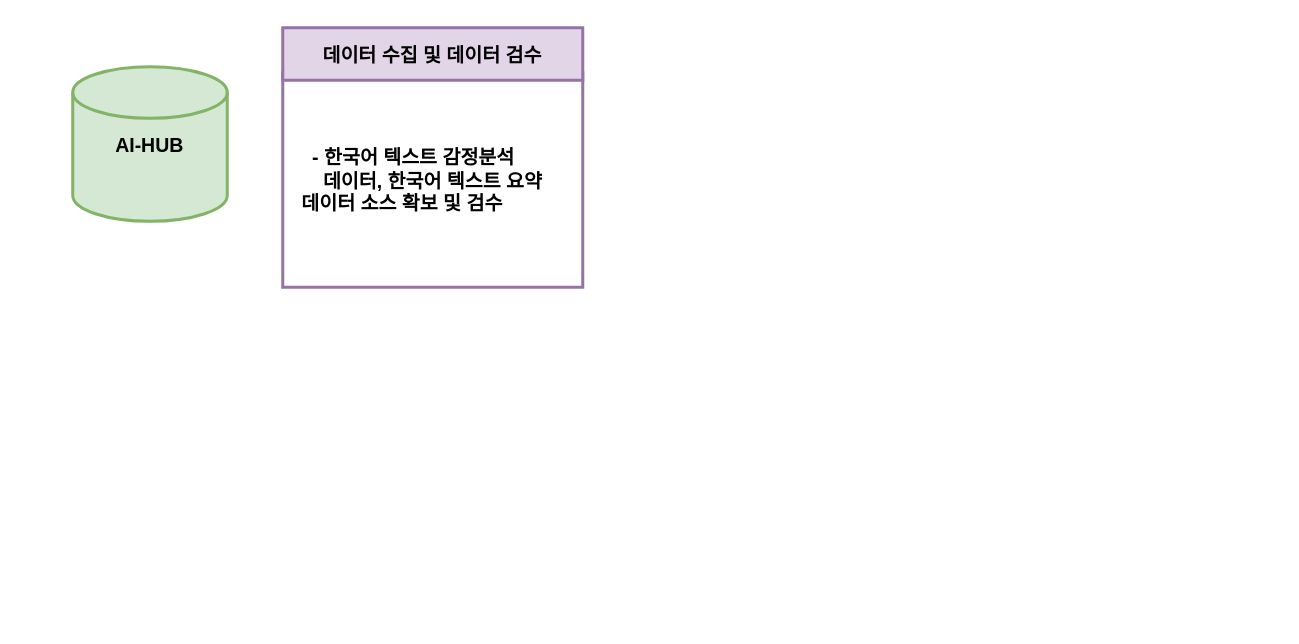
This is page "4 설계서" (2 of 2) of 제목 없는 다이어그램.drawio from hyun10144/Lecture4-1, a draw.io file, before an edit. Source tidied: cells renumbered, new cells numbered last; positions are measured from the earlier drawing's top-left corner, leaving out a move shared by most shapes. Both pictures are drawn from the tidied source at 150%, with x=0, y=0 at pixel (72, 27).
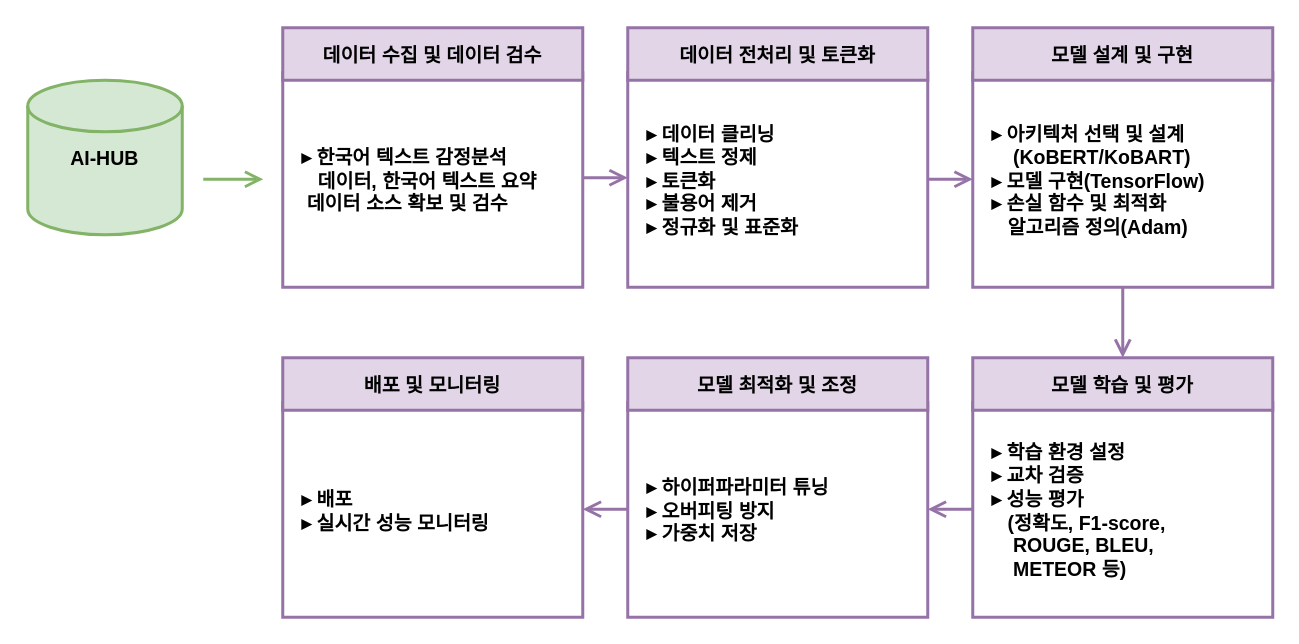
Above is the later version.

Commit message:
제목 없는 다이어그램.drawio 업데이트

Change to the diagram source:
```diff
@@
-    <mxCell id="2" value="&lt;span style=&quot;background-color: transparent; color: light-dark(rgb(0, 0, 0), rgb(255, 255, 255));&quot;&gt;&amp;nbsp; &amp;nbsp; &amp;nbsp;- 한국어 텍스트 감정분석&amp;nbsp;&lt;/span&gt;&lt;div&gt;&lt;span style=&quot;background-color: transparent; color: light-dark(rgb(0, 0, 0), rgb(255, 255, 255));&quot;&gt;&amp;nbsp; &amp;nbsp; &amp;nbsp; &amp;nbsp;데이터,&amp;nbsp;&lt;/span&gt;&lt;span style=&quot;background-color: transparent; color: light-dark(rgb(0, 0, 0), rgb(255, 255, 255));&quot;&gt;한국어 텍스트&amp;nbsp;&lt;/span&gt;&lt;span style=&quot;background-color: transparent; color: light-dark(rgb(0, 0, 0), rgb(255, 255, 255));&quot;&gt;요약&amp;nbsp; &amp;nbsp; &amp;nbsp; &amp;nbsp; &amp;nbsp; &amp;nbsp;데이터 소스 확보 및&amp;nbsp;&lt;/span&gt;&lt;span style=&quot;background-color: transparent; color: light-dark(rgb(0, 0, 0), rgb(255, 255, 255));&quot;&gt;검수&lt;/span&gt;&lt;/div&gt;" style="rounded=1;whiteSpace=wrap;html=1;absoluteArcSize=1;arcSize=0;strokeWidth=2;fontStyle=1;fontSize=13;align=left;labelPosition=center;verticalLabelPosition=middle;verticalAlign=middle;fillColor=#FFFFFF;strokeColor=#9673a6;" parent="1" vertex="1">
+    <mxCell id="2" value="&lt;span style=&quot;background-color: transparent; color: light-dark(rgb(0, 0, 0), rgb(255, 255, 255));&quot;&gt;&lt;font face=&quot;Helvetica&quot;&gt;&amp;nbsp; &amp;nbsp;&lt;/font&gt;&lt;/span&gt;▸&amp;nbsp;&lt;span style=&quot;background-color: transparent; color: light-dark(rgb(0, 0, 0), rgb(255, 255, 255));&quot;&gt;&lt;font face=&quot;Helvetica&quot;&gt;한국어 텍스트 감정분석&amp;nbsp;&lt;/font&gt;&lt;/span&gt;&lt;div&gt;&lt;font face=&quot;Helvetica&quot;&gt;&lt;span style=&quot;background-color: transparent; color: light-dark(rgb(0, 0, 0), rgb(255, 255, 255));&quot;&gt;&amp;nbsp; &amp;nbsp; &amp;nbsp; 데이터,&amp;nbsp;&lt;/span&gt;&lt;span style=&quot;background-color: transparent; color: light-dark(rgb(0, 0, 0), rgb(255, 255, 255));&quot;&gt;한국어 텍스트&amp;nbsp;&lt;/span&gt;&lt;span style=&quot;background-color: transparent; color: light-dark(rgb(0, 0, 0), rgb(255, 255, 255));&quot;&gt;요약&amp;nbsp; &amp;nbsp; &amp;nbsp; &amp;nbsp; &amp;nbsp; &amp;nbsp; 데이터 소스 확보 및&amp;nbsp;&lt;/span&gt;&lt;span style=&quot;background-color: transparent; color: light-dark(rgb(0, 0, 0), rgb(255, 255, 255));&quot;&gt;검수&lt;/span&gt;&lt;/font&gt;&lt;/div&gt;" style="rounded=1;whiteSpace=wrap;html=1;absoluteArcSize=1;arcSize=0;strokeWidth=2;fontStyle=1;fontSize=13;align=left;labelPosition=center;verticalLabelPosition=middle;verticalAlign=middle;fillColor=#FFFFFF;strokeColor=#9673a6;" parent="1" vertex="1">
       <mxGeometry x="140" y="30" width="200" height="143" as="geometry" />
     </mxCell>
     <mxCell id="3" value="&lt;b&gt;&lt;font style=&quot;font-size: 13px;&quot;&gt;AI-HUB&lt;/font&gt;&lt;/b&gt;" style="strokeWidth=2;html=1;shape=mxgraph.flowchart.database;whiteSpace=wrap;align=center;fillColor=#d5e8d4;strokeColor=#82b366;" parent="1" vertex="1">
-      <mxGeometry y="26" width="103" height="103" as="geometry" />
+      <mxGeometry x="-30" y="35" width="103" height="103" as="geometry" />
     </mxCell>
@@
+    <mxCell id="5" value="&lt;span style=&quot;background-color: transparent; color: light-dark(rgb(0, 0, 0), rgb(255, 255, 255));&quot;&gt;&amp;nbsp; &amp;nbsp;&lt;/span&gt;▸&amp;nbsp;&lt;span style=&quot;background-color: transparent; color: light-dark(rgb(0, 0, 0), rgb(255, 255, 255));&quot;&gt;데이터 클리닝&lt;/span&gt;&lt;div&gt;&lt;span style=&quot;color: light-dark(rgb(0, 0, 0), rgb(255, 255, 255)); background-color: transparent;&quot;&gt;&amp;nbsp; &amp;nbsp;&lt;/span&gt;&lt;span style=&quot;background-color: transparent; color: light-dark(rgb(0, 0, 0), rgb(255, 255, 255));&quot;&gt;▸&amp;nbsp;&lt;/span&gt;&lt;span style=&quot;background-color: transparent; color: light-dark(rgb(0, 0, 0), rgb(255, 255, 255));&quot;&gt;텍스트 정제&amp;nbsp;&lt;/span&gt;&lt;/div&gt;&lt;div&gt;&lt;span style=&quot;color: light-dark(rgb(0, 0, 0), rgb(255, 255, 255)); background-color: transparent;&quot;&gt;&amp;nbsp; &amp;nbsp;&lt;/span&gt;▸&amp;nbsp;&lt;span style=&quot;color: light-dark(rgb(0, 0, 0), rgb(255, 255, 255)); background-color: transparent;&quot;&gt;토큰화&amp;nbsp;&lt;/span&gt;&lt;/div&gt;&lt;div&gt;&lt;span style=&quot;color: light-dark(rgb(0, 0, 0), rgb(255, 255, 255)); background-color: transparent;&quot;&gt;&amp;nbsp; &amp;nbsp;&lt;/span&gt;&lt;span style=&quot;background-color: transparent; color: light-dark(rgb(0, 0, 0), rgb(255, 255, 255));&quot;&gt;▸&amp;nbsp;&lt;/span&gt;&lt;span style=&quot;background-color: transparent; color: light-dark(rgb(0, 0, 0), rgb(255, 255, 255));&quot;&gt;불용어 제거&amp;nbsp;&lt;/span&gt;&lt;/div&gt;&lt;div&gt;&lt;span style=&quot;color: light-dark(rgb(0, 0, 0), rgb(255, 255, 255)); background-color: transparent;&quot;&gt;&amp;nbsp; &amp;nbsp;&lt;/span&gt;&lt;span style=&quot;background-color: transparent; color: light-dark(rgb(0, 0, 0), rgb(255, 255, 255));&quot;&gt;▸&amp;nbsp;&lt;/span&gt;&lt;span style=&quot;background-color: transparent; color: light-dark(rgb(0, 0, 0), rgb(255, 255, 255));&quot;&gt;정규화 및 표준화&amp;nbsp;&lt;/span&gt;&lt;/div&gt;" style="rounded=1;whiteSpace=wrap;html=1;absoluteArcSize=1;arcSize=0;strokeWidth=2;fontStyle=1;fontSize=13;align=left;labelPosition=center;verticalLabelPosition=middle;verticalAlign=middle;fillColor=#FFFFFF;strokeColor=#9673a6;" parent="1" vertex="1">
+      <mxGeometry x="370" y="30" width="200" height="143" as="geometry" />
+    </mxCell>
+    <mxCell id="6" value="데이터 전처리 및 토큰화" style="rounded=1;whiteSpace=wrap;html=1;absoluteArcSize=1;arcSize=0;strokeWidth=2;fontStyle=1;fontSize=13;fillColor=#e1d5e7;strokeColor=#9673a6;" parent="1" vertex="1">
+      <mxGeometry x="370" width="200" height="35" as="geometry" />
+    </mxCell>
+    <mxCell id="7" value="&lt;span style=&quot;color: light-dark(rgb(0, 0, 0), rgb(255, 255, 255)); background-color: transparent;&quot;&gt;&amp;nbsp; &amp;nbsp;&lt;/span&gt;▸&amp;nbsp;&lt;span style=&quot;color: light-dark(rgb(0, 0, 0), rgb(255, 255, 255)); background-color: transparent;&quot;&gt;아키텍처 선택 및 설계&lt;/span&gt;&lt;div&gt;&amp;nbsp; &amp;nbsp; &amp;nbsp; &amp;nbsp;(KoBERT/KoBART)&lt;br&gt;&lt;div&gt;&lt;span style=&quot;color: light-dark(rgb(0, 0, 0), rgb(255, 255, 255)); background-color: transparent;&quot;&gt;&amp;nbsp; &amp;nbsp;&lt;/span&gt;&lt;span style=&quot;background-color: transparent; color: light-dark(rgb(0, 0, 0), rgb(255, 255, 255));&quot;&gt;▸&amp;nbsp;&lt;/span&gt;&lt;span style=&quot;background-color: transparent; color: light-dark(rgb(0, 0, 0), rgb(255, 255, 255));&quot;&gt;모델 구현(TensorFlow)&lt;/span&gt;&lt;/div&gt;&lt;div&gt;&lt;span style=&quot;color: light-dark(rgb(0, 0, 0), rgb(255, 255, 255)); background-color: transparent;&quot;&gt;&amp;nbsp; &amp;nbsp;&lt;/span&gt;▸ 손실 함수 및 최적화&amp;nbsp;&lt;/div&gt;&lt;div&gt;&amp;nbsp; &amp;nbsp; &amp;nbsp; 알고리즘 정의(Adam)&lt;/div&gt;&lt;/div&gt;" style="rounded=1;whiteSpace=wrap;html=1;absoluteArcSize=1;arcSize=0;strokeWidth=2;fontStyle=1;fontSize=13;align=left;labelPosition=center;verticalLabelPosition=middle;verticalAlign=middle;fillColor=#FFFFFF;strokeColor=#9673a6;" parent="1" vertex="1">
+      <mxGeometry x="600" y="30" width="200" height="143" as="geometry" />
+    </mxCell>
+    <mxCell id="8" value="모델 설계 및 구현" style="rounded=1;whiteSpace=wrap;html=1;absoluteArcSize=1;arcSize=0;strokeWidth=2;fontStyle=1;fontSize=13;fillColor=#e1d5e7;strokeColor=#9673a6;" parent="1" vertex="1">
+      <mxGeometry x="600" width="200" height="35" as="geometry" />
+    </mxCell>
+    <mxCell id="9" value="&lt;span style=&quot;color: light-dark(rgb(0, 0, 0), rgb(255, 255, 255)); background-color: transparent;&quot;&gt;&amp;nbsp; &amp;nbsp;&lt;/span&gt;▸ 학습 환경 설정&lt;div&gt;&lt;span style=&quot;color: light-dark(rgb(0, 0, 0), rgb(255, 255, 255)); background-color: transparent;&quot;&gt;&amp;nbsp; &amp;nbsp;&lt;/span&gt;&lt;span style=&quot;background-color: transparent; color: light-dark(rgb(0, 0, 0), rgb(255, 255, 255));&quot;&gt;▸&amp;nbsp;&lt;/span&gt;&lt;span style=&quot;background-color: transparent; color: light-dark(rgb(0, 0, 0), rgb(255, 255, 255));&quot;&gt;교차 검증&amp;nbsp;&lt;/span&gt;&lt;/div&gt;&lt;div&gt;&lt;span style=&quot;color: light-dark(rgb(0, 0, 0), rgb(255, 255, 255)); background-color: transparent;&quot;&gt;&amp;nbsp; &amp;nbsp;&lt;/span&gt;▸&amp;nbsp;&lt;span style=&quot;color: light-dark(rgb(0, 0, 0), rgb(255, 255, 255)); background-color: transparent;&quot;&gt;성능 평가&lt;/span&gt;&lt;/div&gt;&lt;div&gt;&lt;span style=&quot;color: light-dark(rgb(0, 0, 0), rgb(255, 255, 255)); background-color: transparent;&quot;&gt;&amp;nbsp; &amp;nbsp; &amp;nbsp; (정확도, F1-score,&lt;/span&gt;&lt;/div&gt;&lt;div&gt;&lt;span style=&quot;color: light-dark(rgb(0, 0, 0), rgb(255, 255, 255)); background-color: transparent;&quot;&gt;&amp;nbsp; &amp;nbsp; &amp;nbsp; &amp;nbsp;ROUGE, BLEU,&amp;nbsp;&lt;/span&gt;&lt;/div&gt;&lt;div&gt;&lt;span style=&quot;color: light-dark(rgb(0, 0, 0), rgb(255, 255, 255)); background-color: transparent;&quot;&gt;&amp;nbsp; &amp;nbsp; &amp;nbsp; &amp;nbsp;METEOR 등)&lt;/span&gt;&lt;/div&gt;" style="rounded=1;whiteSpace=wrap;html=1;absoluteArcSize=1;arcSize=0;strokeWidth=2;fontStyle=1;fontSize=13;align=left;labelPosition=center;verticalLabelPosition=middle;verticalAlign=middle;fillColor=#FFFFFF;strokeColor=#9673a6;" parent="1" vertex="1">
+      <mxGeometry x="600" y="250" width="200" height="143" as="geometry" />
+    </mxCell>
+    <mxCell id="10" value="모델 학습 및 평가" style="rounded=1;whiteSpace=wrap;html=1;absoluteArcSize=1;arcSize=0;strokeWidth=2;fontStyle=1;fontSize=13;fillColor=#e1d5e7;strokeColor=#9673a6;" parent="1" vertex="1">
+      <mxGeometry x="600" y="220" width="200" height="35" as="geometry" />
+    </mxCell>
+    <mxCell id="11" value="&lt;span style=&quot;color: light-dark(rgb(0, 0, 0), rgb(255, 255, 255)); background-color: transparent;&quot;&gt;&amp;nbsp; &amp;nbsp;&lt;/span&gt;▸&amp;nbsp;&lt;span style=&quot;color: light-dark(rgb(0, 0, 0), rgb(255, 255, 255)); background-color: transparent;&quot;&gt;하이퍼파라미터 튜닝&lt;/span&gt;&lt;div&gt;&lt;span style=&quot;color: light-dark(rgb(0, 0, 0), rgb(255, 255, 255)); background-color: transparent;&quot;&gt;&amp;nbsp; &amp;nbsp;&lt;/span&gt;&lt;span style=&quot;background-color: transparent; color: light-dark(rgb(0, 0, 0), rgb(255, 255, 255));&quot;&gt;▸&amp;nbsp;&lt;/span&gt;&lt;span style=&quot;background-color: transparent; color: light-dark(rgb(0, 0, 0), rgb(255, 255, 255));&quot;&gt;오버피팅 방지&lt;/span&gt;&lt;/div&gt;&lt;div&gt;&lt;span style=&quot;color: light-dark(rgb(0, 0, 0), rgb(255, 255, 255)); background-color: transparent;&quot;&gt;&amp;nbsp; &amp;nbsp;&lt;/span&gt;▸&amp;nbsp;&lt;span style=&quot;color: light-dark(rgb(0, 0, 0), rgb(255, 255, 255)); background-color: transparent;&quot;&gt;가중치 저장&lt;/span&gt;&lt;/div&gt;" style="rounded=1;whiteSpace=wrap;html=1;absoluteArcSize=1;arcSize=0;strokeWidth=2;fontStyle=1;fontSize=13;align=left;labelPosition=center;verticalLabelPosition=middle;verticalAlign=middle;fillColor=#FFFFFF;strokeColor=#9673a6;" parent="1" vertex="1">
+      <mxGeometry x="370" y="250" width="200" height="143" as="geometry" />
+    </mxCell>
+    <mxCell id="12" value="모델 최적화 및 조정" style="rounded=1;whiteSpace=wrap;html=1;absoluteArcSize=1;arcSize=0;strokeWidth=2;fontStyle=1;fontSize=13;fillColor=#e1d5e7;strokeColor=#9673a6;" parent="1" vertex="1">
+      <mxGeometry x="370" y="220" width="200" height="35" as="geometry" />
+    </mxCell>
+    <mxCell id="13" value="&lt;span style=&quot;color: light-dark(rgb(0, 0, 0), rgb(255, 255, 255)); background-color: transparent;&quot;&gt;&amp;nbsp; &amp;nbsp;&lt;/span&gt;▸&amp;nbsp;&lt;span style=&quot;color: light-dark(rgb(0, 0, 0), rgb(255, 255, 255)); background-color: transparent;&quot;&gt;배포&lt;/span&gt;&lt;div&gt;&lt;span style=&quot;color: light-dark(rgb(0, 0, 0), rgb(255, 255, 255)); background-color: transparent;&quot;&gt;&amp;nbsp; &amp;nbsp;&lt;/span&gt;&lt;span style=&quot;background-color: transparent; color: light-dark(rgb(0, 0, 0), rgb(255, 255, 255));&quot;&gt;▸ 실시간&amp;nbsp;&lt;/span&gt;&lt;span style=&quot;background-color: transparent; color: light-dark(rgb(0, 0, 0), rgb(255, 255, 255));&quot;&gt;성능 모니터링&lt;/span&gt;&lt;span style=&quot;background-color: transparent; color: light-dark(rgb(0, 0, 0), rgb(255, 255, 255));&quot;&gt;&amp;nbsp;&lt;/span&gt;&lt;/div&gt;" style="rounded=1;whiteSpace=wrap;html=1;absoluteArcSize=1;arcSize=0;strokeWidth=2;fontStyle=1;fontSize=13;align=left;labelPosition=center;verticalLabelPosition=middle;verticalAlign=middle;fillColor=#FFFFFF;strokeColor=#9673a6;" parent="1" vertex="1">
+      <mxGeometry x="140" y="250" width="200" height="143" as="geometry" />
+    </mxCell>
+    <mxCell id="14" value="배포 및 모니터링" style="rounded=1;whiteSpace=wrap;html=1;absoluteArcSize=1;arcSize=0;strokeWidth=2;fontStyle=1;fontSize=13;fillColor=#e1d5e7;strokeColor=#9673a6;" parent="1" vertex="1">
+      <mxGeometry x="140" y="220" width="200" height="35" as="geometry" />
+    </mxCell>
+    <mxCell id="15" style="html=1;verticalAlign=bottom;endArrow=open;curved=0;rounded=0;fontSize=12;startSize=8;endSize=8;strokeWidth=2;endFill=0;fillColor=#d5e8d4;strokeColor=#82b366;" parent="1" edge="1">
+      <mxGeometry x="-1" y="-160" relative="1" as="geometry">
+        <mxPoint x="87" y="101" as="sourcePoint" />
+        <mxPoint x="127" y="101" as="targetPoint" />
+        <mxPoint x="-10" as="offset" />
+      </mxGeometry>
+    </mxCell>
+    <mxCell id="16" style="html=1;verticalAlign=bottom;endArrow=open;curved=0;rounded=0;fontSize=12;startSize=8;endSize=8;strokeWidth=2;endFill=0;fillColor=#e1d5e7;strokeColor=#9673a6;" parent="1" edge="1">
+      <mxGeometry x="-1" y="-160" relative="1" as="geometry">
+        <mxPoint x="340" y="100" as="sourcePoint" />
+        <mxPoint x="370" y="100" as="targetPoint" />
+        <mxPoint x="-10" as="offset" />
+      </mxGeometry>
+    </mxCell>
+    <mxCell id="17" style="html=1;verticalAlign=bottom;endArrow=open;curved=0;rounded=0;fontSize=12;startSize=8;endSize=8;strokeWidth=2;endFill=0;fillColor=#e1d5e7;strokeColor=#9673a6;" parent="1" edge="1">
+      <mxGeometry x="-1" y="-160" relative="1" as="geometry">
+        <mxPoint x="570" y="101" as="sourcePoint" />
+        <mxPoint x="600" y="101" as="targetPoint" />
+        <mxPoint x="-10" as="offset" />
+      </mxGeometry>
+    </mxCell>
+    <mxCell id="18" style="html=1;verticalAlign=bottom;endArrow=open;curved=0;rounded=0;fontSize=12;startSize=8;endSize=8;strokeWidth=2;endFill=0;exitX=0.5;exitY=1;exitDx=0;exitDy=0;entryX=0.5;entryY=0;entryDx=0;entryDy=0;fillColor=#e1d5e7;strokeColor=#9673a6;" parent="1" edge="1" source="7" target="10">
+      <mxGeometry x="-1" y="-160" relative="1" as="geometry">
+        <mxPoint x="-10" as="offset" />
+      </mxGeometry>
+    </mxCell>
+    <mxCell id="19" style="html=1;verticalAlign=bottom;endArrow=none;curved=0;rounded=0;fontSize=12;startSize=8;endSize=8;strokeWidth=2;endFill=0;startArrow=open;startFill=0;fillColor=#e1d5e7;strokeColor=#9673a6;" parent="1" edge="1">
+      <mxGeometry x="-1" y="-160" relative="1" as="geometry">
+        <mxPoint x="570" y="321" as="sourcePoint" />
+        <mxPoint x="600" y="321" as="targetPoint" />
+        <mxPoint x="-10" as="offset" />
+      </mxGeometry>
+    </mxCell>
+    <mxCell id="20" style="html=1;verticalAlign=bottom;endArrow=none;curved=0;rounded=0;fontSize=12;startSize=8;endSize=8;strokeWidth=2;endFill=0;startArrow=open;startFill=0;fillColor=#e1d5e7;strokeColor=#9673a6;" parent="1" edge="1">
+      <mxGeometry x="-1" y="-160" relative="1" as="geometry">
+        <mxPoint x="340" y="321" as="sourcePoint" />
+        <mxPoint x="370" y="321" as="targetPoint" />
+        <mxPoint x="-10" as="offset" />
+      </mxGeometry>
+    </mxCell>
```
